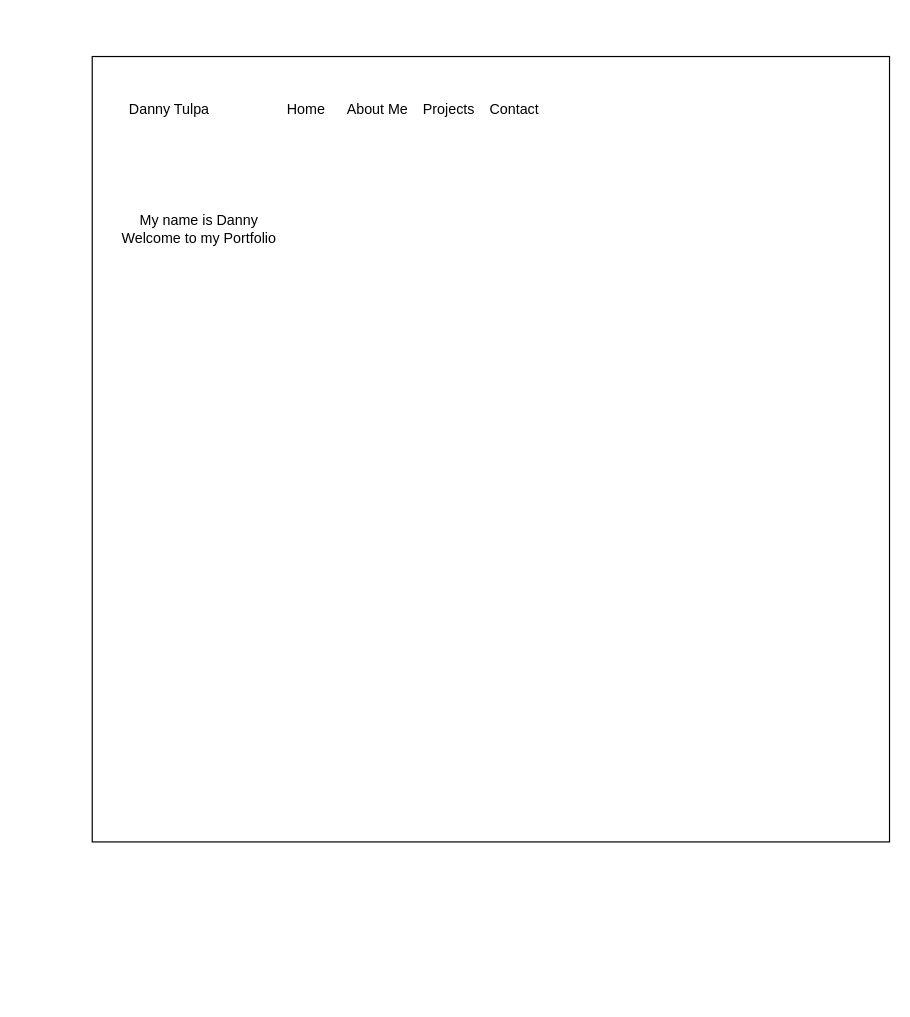
dtulpa16/dtulpa16.github.io keeps this draw.io diagram as wireframe.drawio. Above is the earlier version. Source tidied: cells renumbered, new cells numbered last; positions are measured from the earlier drawing's top-left corner, leaving out a move shared by most shapes. Both pictures are drawn from the tidied source at 119%, with x=0, y=0 at pixel (92, 56).
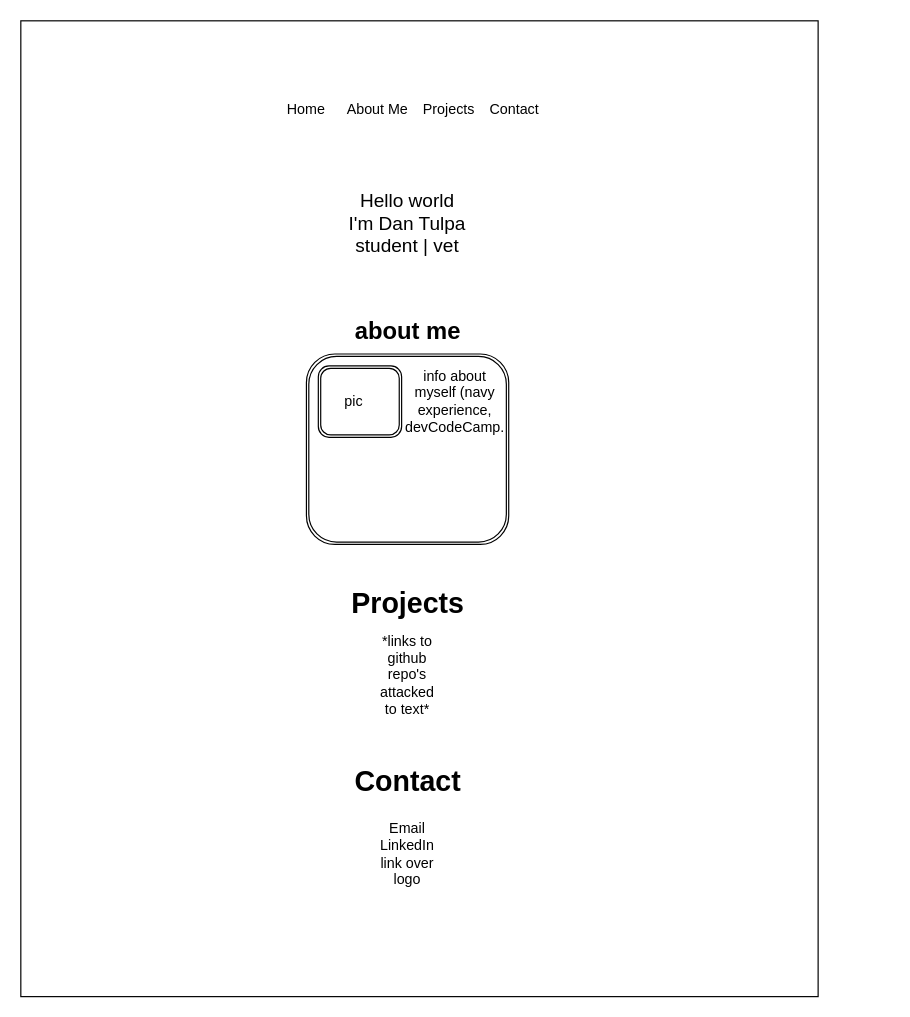
The same diagram, later.

What changed in the source:
```diff
@@
 <mxGraphModel>
   <root>
     <mxCell id="0" />
     <mxCell id="1" parent="0" />
     <mxCell id="2" style="rounded=0;whiteSpace=wrap;html=1;" parent="1" vertex="1">
-      <mxGeometry width="670" height="660" as="geometry" />
+      <mxGeometry x="-60" y="-30" width="670" height="820" as="geometry" />
     </mxCell>
-    <mxCell id="3" value="Danny Tulpa" style="text;html=1;strokeColor=none;fillColor=none;align=center;verticalAlign=middle;whiteSpace=wrap;rounded=0;" parent="1" vertex="1">
-      <mxGeometry x="20" y="30" width="90" height="30" as="geometry" />
-    </mxCell>
     <mxCell id="4" value="Home" style="text;html=1;strokeColor=none;fillColor=none;align=center;verticalAlign=middle;whiteSpace=wrap;rounded=0;" parent="1" vertex="1">
       <mxGeometry x="160" y="35" width="40" height="20" as="geometry" />
     </mxCell>
     <mxCell id="5" value="About Me" style="text;html=1;strokeColor=none;fillColor=none;align=center;verticalAlign=middle;whiteSpace=wrap;rounded=0;" parent="1" vertex="1">
       <mxGeometry x="210" y="35" width="60" height="20" as="geometry" />
     </mxCell>
     <mxCell id="6" value="Projects" style="text;html=1;strokeColor=none;fillColor=none;align=center;verticalAlign=middle;whiteSpace=wrap;rounded=0;" parent="1" vertex="1">
       <mxGeometry x="280" y="35" width="40" height="20" as="geometry" />
     </mxCell>
     <mxCell id="7" value="Contact" style="text;html=1;strokeColor=none;fillColor=none;align=center;verticalAlign=middle;whiteSpace=wrap;rounded=0;" parent="1" vertex="1">
       <mxGeometry x="335" y="35" width="40" height="20" as="geometry" />
     </mxCell>
-    <mxCell id="8" value="My name is Danny&lt;br&gt;Welcome to my Portfolio" style="text;html=1;strokeColor=none;fillColor=none;align=center;verticalAlign=middle;whiteSpace=wrap;rounded=0;" parent="1" vertex="1">
-      <mxGeometry x="20" y="120" width="140" height="50" as="geometry" />
+    <mxCell id="8" value="&lt;font style=&quot;font-size: 16px&quot;&gt;Hello world&lt;br&gt;I'm Dan Tulpa&lt;br&gt;student | vet&lt;/font&gt;" style="text;html=1;strokeColor=none;fillColor=none;align=center;verticalAlign=middle;whiteSpace=wrap;rounded=0;" parent="1" vertex="1">
+      <mxGeometry x="170" y="100" width="190" height="80" as="geometry" />
     </mxCell>
+    <mxCell id="9" value="&lt;font style=&quot;font-size: 20px&quot;&gt;about me&lt;/font&gt;" style="text;strokeColor=none;fillColor=none;html=1;fontSize=24;fontStyle=1;verticalAlign=middle;align=center;" parent="1" vertex="1">
+      <mxGeometry x="215" y="210" width="100" height="40" as="geometry" />
+    </mxCell>
+    <mxCell id="10" style="shape=ext;double=1;rounded=1;whiteSpace=wrap;html=1;" parent="1" vertex="1">
+      <mxGeometry x="180" y="250" width="170" height="160" as="geometry" />
+    </mxCell>
+    <mxCell id="11" style="shape=ext;double=1;rounded=1;whiteSpace=wrap;html=1;" parent="1" vertex="1">
+      <mxGeometry x="190" y="260" width="70" height="60" as="geometry" />
+    </mxCell>
+    <mxCell id="12" value="pic" style="text;html=1;strokeColor=none;fillColor=none;align=center;verticalAlign=middle;whiteSpace=wrap;rounded=0;" parent="1" vertex="1">
+      <mxGeometry x="200" y="280" width="40" height="20" as="geometry" />
+    </mxCell>
+    <mxCell id="13" value="info about myself (navy experience,&lt;br&gt;devCodeCamp." style="text;html=1;strokeColor=none;fillColor=none;align=center;verticalAlign=middle;whiteSpace=wrap;rounded=0;" parent="1" vertex="1">
+      <mxGeometry x="280" y="280" width="50" height="20" as="geometry" />
+    </mxCell>
+    <mxCell id="14" value="Projects" style="text;strokeColor=none;fillColor=none;html=1;fontSize=24;fontStyle=1;verticalAlign=middle;align=center;" parent="1" vertex="1">
+      <mxGeometry x="215" y="440" width="100" height="40" as="geometry" />
+    </mxCell>
+    <mxCell id="15" value="*links to github repo's attacked to text*" style="text;html=1;strokeColor=none;fillColor=none;align=center;verticalAlign=middle;whiteSpace=wrap;rounded=0;" parent="1" vertex="1">
+      <mxGeometry x="245" y="510" width="40" height="20" as="geometry" />
+    </mxCell>
+    <mxCell id="16" value="Contact" style="text;strokeColor=none;fillColor=none;html=1;fontSize=24;fontStyle=1;verticalAlign=middle;align=center;" parent="1" vertex="1">
+      <mxGeometry x="215" y="590" width="100" height="40" as="geometry" />
+    </mxCell>
+    <mxCell id="17" value="Email&lt;br&gt;LinkedIn link over logo" style="text;html=1;strokeColor=none;fillColor=none;align=center;verticalAlign=middle;whiteSpace=wrap;rounded=0;" parent="1" vertex="1">
+      <mxGeometry x="245" y="660" width="40" height="20" as="geometry" />
+    </mxCell>
   </root>
 </mxGraphModel>
```
